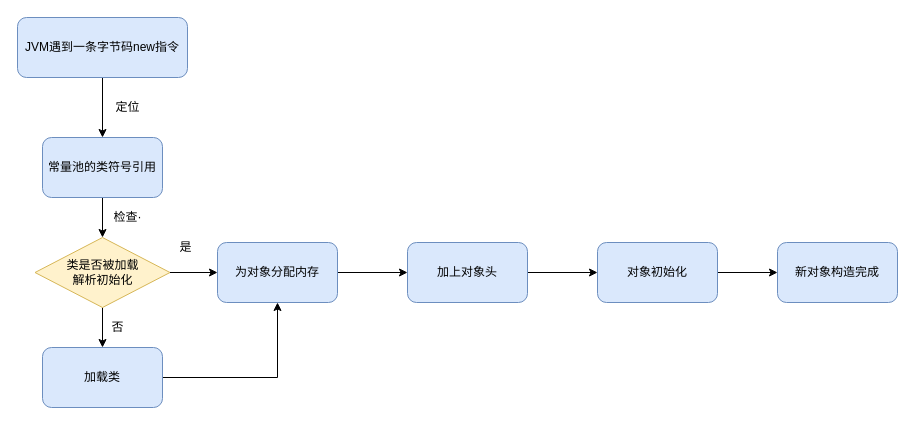
The draw.io diagram 对象创建过程.drawio in zimmortor/drawImage, before the edit. Source tidied: cells renumbered, new cells numbered last; positions are measured from the earlier drawing's top-left corner, leaving out a move shared by most shapes. Both pictures are drawn from the tidied source at 100%, with x=0, y=0 at pixel (17, 17).
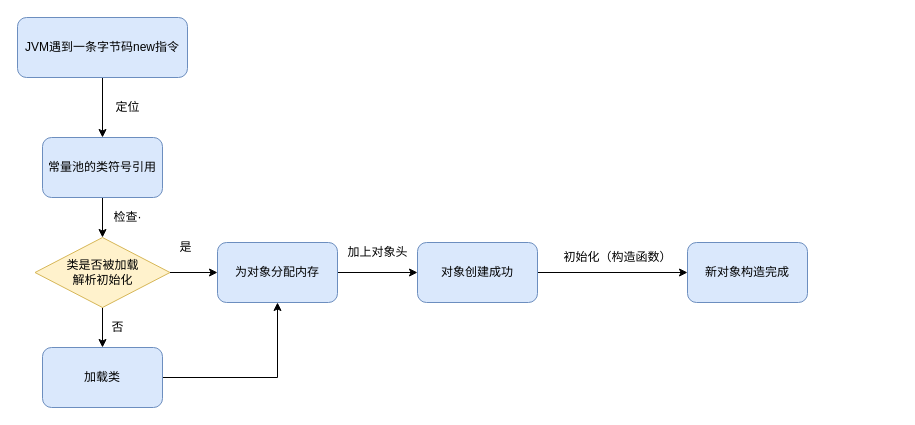
The same diagram, later.

Commit message (it also covers changes not shown here):
更新对象创建过程.drawio

The edit, as a diff of the source:
```diff
@@
-    <mxCell id="16" style="edgeStyle=orthogonalEdgeStyle;rounded=0;jettySize=auto;html=1;entryX=0;entryY=0.5;entryDx=0;entryDy=0;" parent="1" edge="1" source="17" target="19">
-      <mxGeometry relative="1" as="geometry" />
-    </mxCell>
+    <mxCell id="22" style="edgeStyle=orthogonalEdgeStyle;rounded=0;jettySize=auto;html=1;" parent="1" edge="1" source="17" target="20">
+      <mxGeometry relative="1" as="geometry" />
+    </mxCell>
-    <mxCell id="17" value="加上对象头" style="rounded=1;whiteSpace=wrap;html=1;fillColor=#dae8fc;strokeColor=#6c8ebf;" parent="1" vertex="1">
-      <mxGeometry x="390" y="225" width="120" height="60" as="geometry" />
+    <mxCell id="17" value="对象创建成功" style="rounded=1;whiteSpace=wrap;html=1;fillColor=#dae8fc;strokeColor=#6c8ebf;" parent="1" vertex="1">
+      <mxGeometry x="400" y="225" width="120" height="60" as="geometry" />
     </mxCell>
-    <mxCell id="18" style="edgeStyle=orthogonalEdgeStyle;rounded=0;jettySize=auto;html=1;" parent="1" edge="1" source="19" target="20">
-      <mxGeometry relative="1" as="geometry" />
-    </mxCell>
-    <mxCell id="19" value="对象初始化" style="rounded=1;whiteSpace=wrap;html=1;fillColor=#dae8fc;strokeColor=#6c8ebf;" parent="1" vertex="1">
-      <mxGeometry x="580" y="225" width="120" height="60" as="geometry" />
-    </mxCell>
     <mxCell id="20" value="新对象构造完成" style="rounded=1;whiteSpace=wrap;html=1;fillColor=#dae8fc;strokeColor=#6c8ebf;" parent="1" vertex="1">
-      <mxGeometry x="760" y="225" width="120" height="60" as="geometry" />
+      <mxGeometry x="670" y="225" width="120" height="60" as="geometry" />
     </mxCell>
@@
+    <mxCell id="23" value="&lt;span&gt;加上对象头&lt;/span&gt;" style="text;html=1;align=center;verticalAlign=middle;strokeColor=none;fillColor=none;" parent="1" vertex="1">
+      <mxGeometry x="320" y="225" width="80" height="20" as="geometry" />
+    </mxCell>
+    <mxCell id="24" value="初始化（构造函数）" style="text;html=1;align=center;verticalAlign=middle;strokeColor=none;fillColor=none;" parent="1" vertex="1">
+      <mxGeometry x="540" y="230" width="120" height="20" as="geometry" />
+    </mxCell>
```
